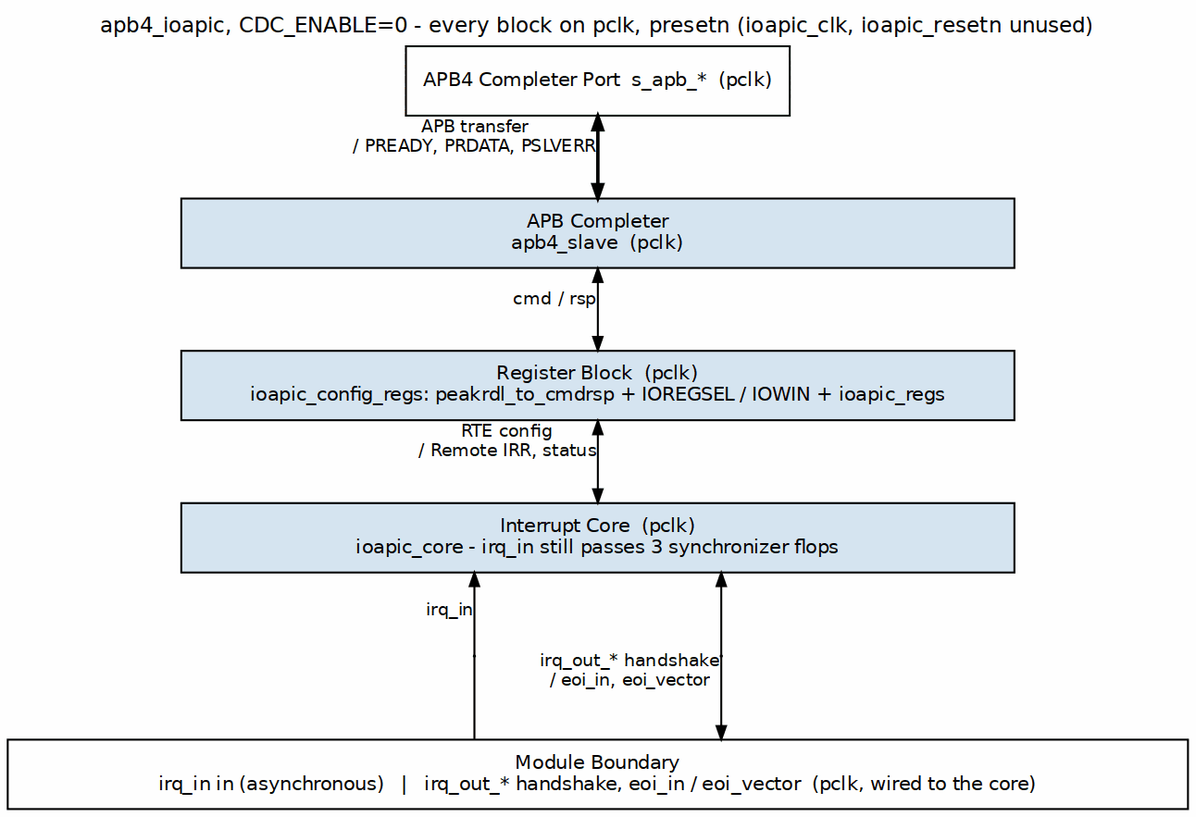
The Graphviz diagram projects/components/legacy-ip/retro_legacy_blocks/docs/ioapic_mas/assets/graphviz/ioapic_clocks_sync.png in sean-galloway/RTLDesignSherpa, before a commit. Its source is kept beside it as projects/components/legacy-ip/retro_legacy_blocks/docs/ioapic_mas/assets/graphviz/ioapic_clocks_sync.dot. The source it was exported from:
```dot
digraph ioapic_clocks_sync {
    graph [rankdir=TB, bgcolor="white", fontname="Helvetica", fontsize=11,
           nodesep="0.45", ranksep="0.60", splines=ortho, newrank=true,
           label="apb4_ioapic, CDC_ENABLE=0 - every block on pclk, presetn (ioapic_clk, ioapic_resetn unused)",
           labelloc=t, labeljust=c];
    node  [fontname="Helvetica", fontsize=10, shape=box, style=filled,
           fillcolor="#D6E4F0", color="black", margin="0.12,0.06"];
    edge  [fontname="Helvetica", fontsize=9, color="black", arrowsize=0.7];
    apb  [label="APB4 Completer Port  s_apb_*  (pclk)", fillcolor="white"];
    slv  [label="APB Completer\napb4_slave  (pclk)", width=6.0];
    cfg  [label="Register Block  (pclk)\nioapic_config_regs: peakrdl_to_cmdrsp + IOREGSEL / IOWIN + ioapic_regs", width=6.0];
    core [label="Interrupt Core  (pclk)\nioapic_core - irq_in still passes 3 synchronizer flops", width=6.0];
    bar  [label="Module Boundary\nirq_in in (asynchronous)   |   irq_out_* handshake, eoi_in / eoi_vector  (pclk, wired to the core)", fillcolor="white", width=8.5];

    apb  -> slv  [dir=both, penwidth=1.8, xlabel="APB transfer\n/ PREADY, PRDATA, PSLVERR"];
    slv  -> cfg  [dir=both, xlabel="cmd / rsp"];
    cfg  -> core [dir=both, xlabel="RTE config\n/ Remote IRR, status"];
    p_in [shape=point, width=0.01];
    core -> p_in [dir=back, headclip=false, xlabel="irq_in"];
    p_in -> bar [dir=none, tailclip=false];
    p_lp [shape=point, width=0.01];
    core -> p_lp [dir=both, headclip=false, arrowtail=normal, arrowhead=none];
    p_lp -> bar [dir=both, arrowtail=none, tailclip=false, xlabel="irq_out_* handshake\n/ eoi_in, eoi_vector"];
    { rank=same; p_in; p_lp; }
    p_in -> p_lp [style=invis, minlen=4];
}
```
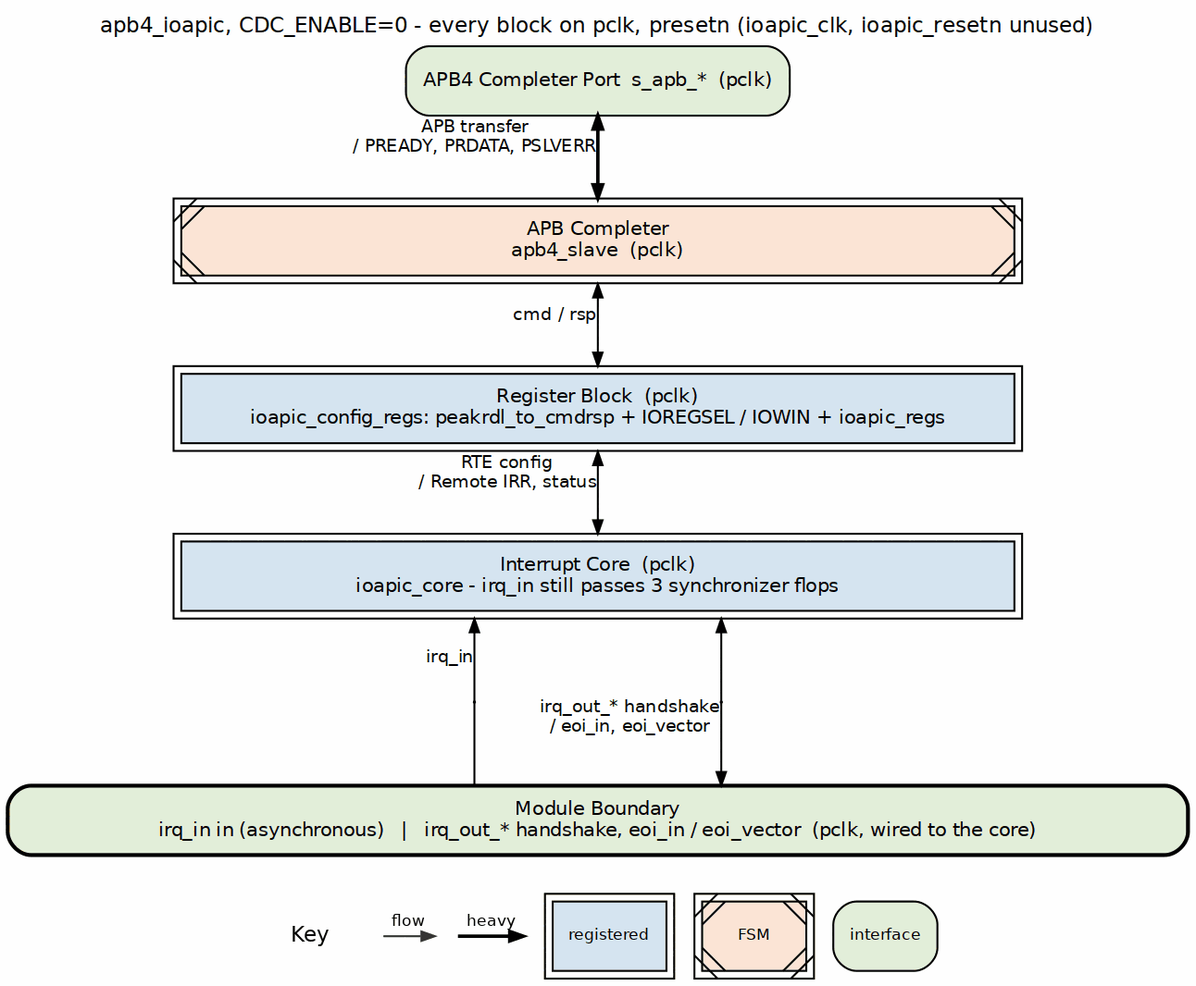
Above is the later version.

Diff of the diagram source:
```diff
@@ -4,13 +4,13 @@
            label="apb4_ioapic, CDC_ENABLE=0 - every block on pclk, presetn (ioapic_clk, ioapic_resetn unused)",
            labelloc=t, labeljust=c];
     node  [fontname="Helvetica", fontsize=10, shape=box, style=filled,
-           fillcolor="#D6E4F0", color="black", margin="0.12,0.06"];
+           fillcolor="white", color="black", margin="0.12,0.06"];
     edge  [fontname="Helvetica", fontsize=9, color="black", arrowsize=0.7];
-    apb  [label="APB4 Completer Port  s_apb_*  (pclk)", fillcolor="white"];
-    slv  [label="APB Completer\napb4_slave  (pclk)", width=6.0];
-    cfg  [label="Register Block  (pclk)\nioapic_config_regs: peakrdl_to_cmdrsp + IOREGSEL / IOWIN + ioapic_regs", width=6.0];
-    core [label="Interrupt Core  (pclk)\nioapic_core - irq_in still passes 3 synchronizer flops", width=6.0];
-    bar  [label="Module Boundary\nirq_in in (asynchronous)   |   irq_out_* handshake, eoi_in / eoi_vector  (pclk, wired to the core)", fillcolor="white", width=8.5];
+    apb  [label="APB4 Completer Port  s_apb_*  (pclk)", fillcolor="white", style="rounded,filled", fillcolor="#E2EFDA"];
+    slv  [label="APB Completer\napb4_slave  (pclk)", width=6.0, peripheries=2, style="filled,diagonals", fillcolor="#FCE4D6"];
+    cfg  [label="Register Block  (pclk)\nioapic_config_regs: peakrdl_to_cmdrsp + IOREGSEL / IOWIN + ioapic_regs", width=6.0, peripheries=2, style="filled", fillcolor="#D6E4F0"];
+    core [label="Interrupt Core  (pclk)\nioapic_core - irq_in still passes 3 synchronizer flops", width=6.0, peripheries=2, style="filled", fillcolor="#D6E4F0"];
+    bar  [label="Module Boundary\nirq_in in (asynchronous)   |   irq_out_* handshake, eoi_in / eoi_vector  (pclk, wired to the core)", fillcolor="white", width=8.5, style="rounded,filled,bold", fillcolor="#E2EFDA"];
 
     apb  -> slv  [dir=both, penwidth=1.8, xlabel="APB transfer\n/ PREADY, PRDATA, PSLVERR"];
     slv  -> cfg  [dir=both, xlabel="cmd / rsp"];
```
